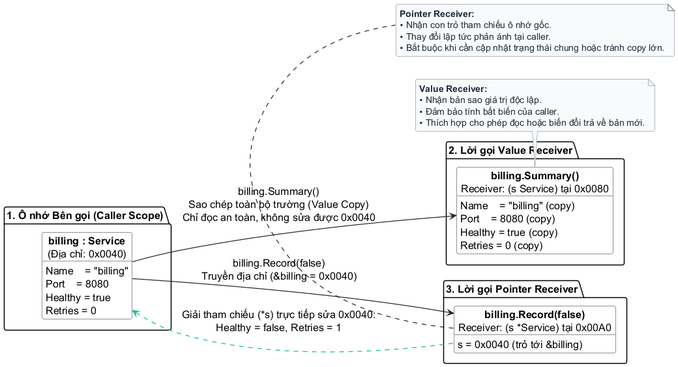
This is assets/diagrams/method-receiver-trace.png from Minhlike/Golang, a PlantUML export, as it was before one commit.
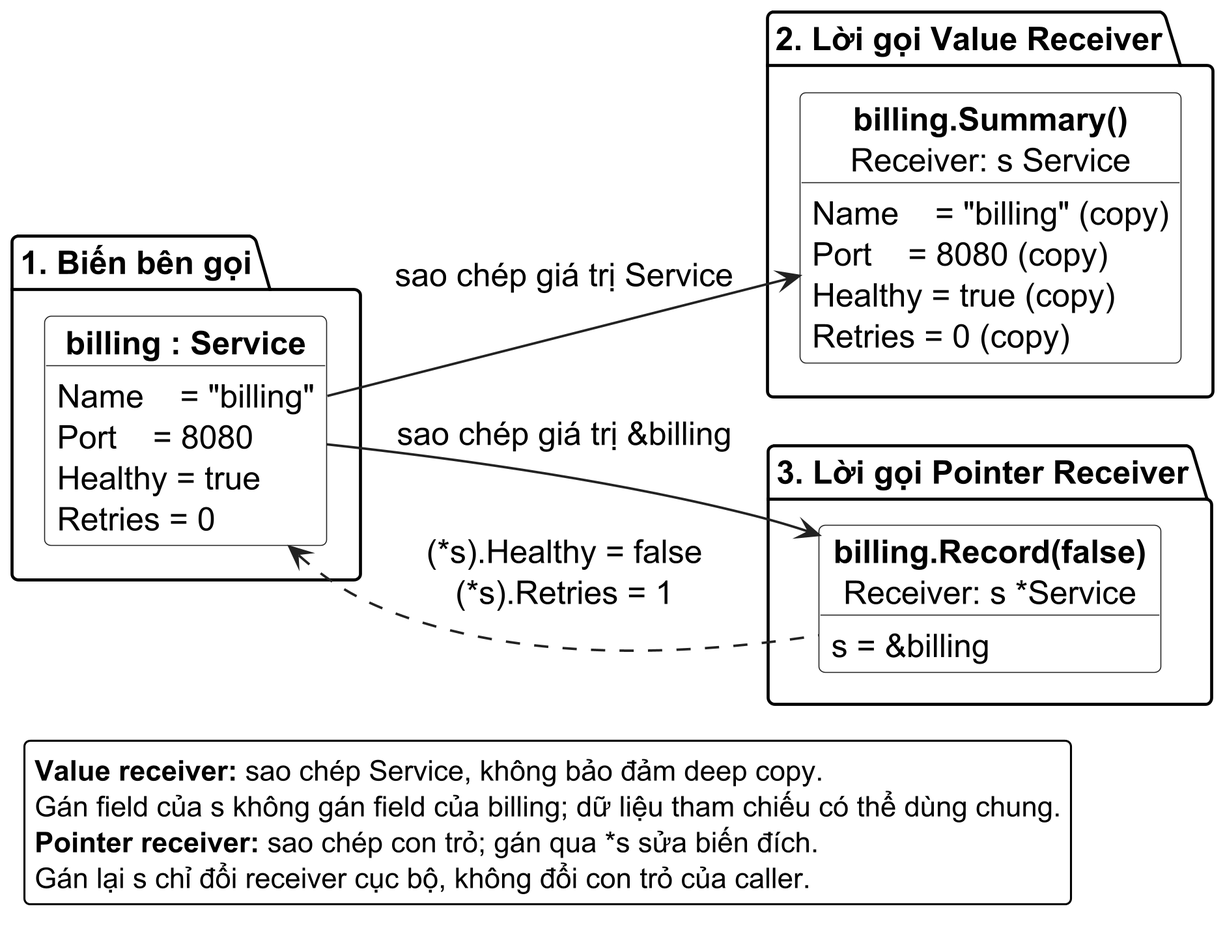
Later version of the same file.

Diff of the diagram source:
```diff
@@ -1,4 +1,5 @@
 @startuml
+skinparamlocked dpi 300
 skinparam backgroundColor #FFFFFF
 skinparam defaultFontName "Source Sans 3"
 skinparam defaultFontSize 16
@@ -22,8 +23,8 @@
 
 left to right direction
 
-package "1. Ô nhớ Bên gọi (Caller Scope)" as caller_box {
-  object "<b>billing : Service</b>\n(Địa chỉ: 0x0040)" as billing {
+package "1. Biến bên gọi" as caller_box {
+  object "<b>billing : Service</b>" as billing {
     Name    = "billing"
     Port    = 8080
     Healthy = true
@@ -32,7 +33,7 @@
 }
 
 package "2. Lời gọi Value Receiver" as val_box {
-  object "<b>billing.Summary()</b>\nReceiver: (s Service) tại 0x0080" as summary {
+  object "<b>billing.Summary()</b>\nReceiver: s Service" as summary {
     Name    = "billing" (copy)
     Port    = 8080 (copy)
     Healthy = true (copy)
@@ -41,26 +42,19 @@
 }
 
 package "3. Lời gọi Pointer Receiver" as ptr_box {
-  object "<b>billing.Record(false)</b>\nReceiver: (s *Service) tại 0x00A0" as record {
-    s = 0x0040 (trỏ tới &billing)
+  object "<b>billing.Record(false)</b>\nReceiver: s *Service" as record {
+    s = &billing
   }
 }
 
-billing -down-> summary : billing.Summary()\nSao chép toàn bộ trường (Value Copy)\nChỉ đọc an toàn, không sửa được 0x0040
-billing -down-> record : billing.Record(false)\nTruyền địa chỉ (&billing = 0x0040)
-record .[#10B981]up.> billing : Giải tham chiếu (*s) trực tiếp sửa 0x0040:\nHealthy = false, Retries = 1
+billing -down-> summary : sao chép giá trị Service
+billing -down-> record : sao chép giá trị &billing
+record .up.> billing : (*s).Healthy = false\n(*s).Retries = 1
 
-note bottom of summary
-  <b>Value Receiver:</b>
-  • Nhận bản sao giá trị độc lập.
-  • Đảm bảo tính bất biến của caller.
-  • Thích hợp cho phép đọc hoặc biến đổi trả về bản mới.
-end note
-
-note bottom of record
-  <b>Pointer Receiver:</b>
-  • Nhận con trỏ tham chiếu ô nhớ gốc.
-  • Thay đổi lập tức phản ánh tại caller.
-  • Bắt buộc khi cần cập nhật trạng thái chung hoặc tránh copy lớn.
-end note
+legend bottom left
+  <b>Value receiver:</b> sao chép Service, không bảo đảm deep copy.
+  Gán field của s không gán field của billing; dữ liệu tham chiếu có thể dùng chung.
+  <b>Pointer receiver:</b> sao chép con trỏ; gán qua *s sửa biến đích.
+  Gán lại s chỉ đổi receiver cục bộ, không đổi con trỏ của caller.
+end legend
 @enduml
```
